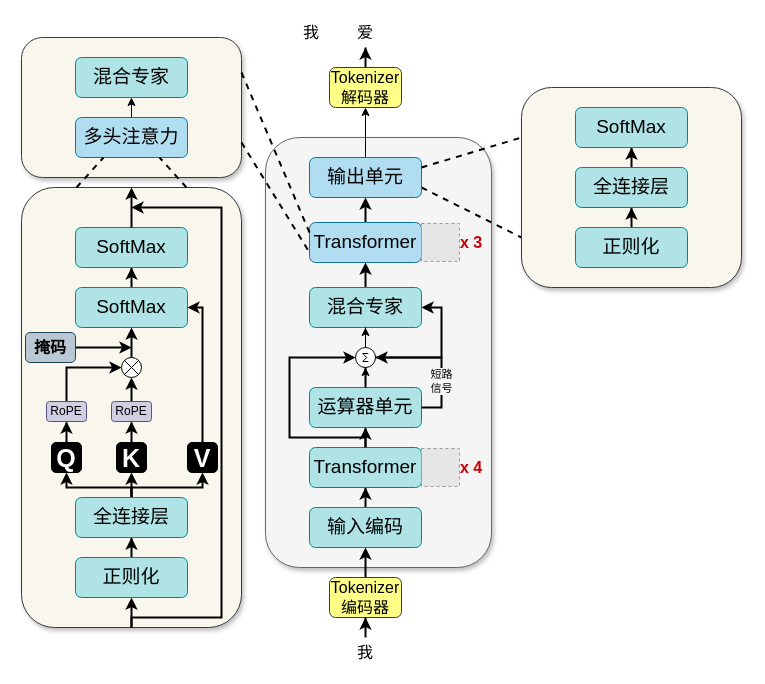
The draw.io diagram page "模型架构图" (1 of 6) of 未命名绘图.drawio in zzc-1024/alu.draw.io, before the edit. Source tidied: cells renumbered, new cells numbered last; positions are measured from the earlier drawing's top-left corner, leaving out a move shared by most shapes. Both pictures are drawn from the tidied source at 100%, with x=0, y=0 at pixel (21, 17). Pictures stored in the file or linked from it are replaced by grey dashed boxes.
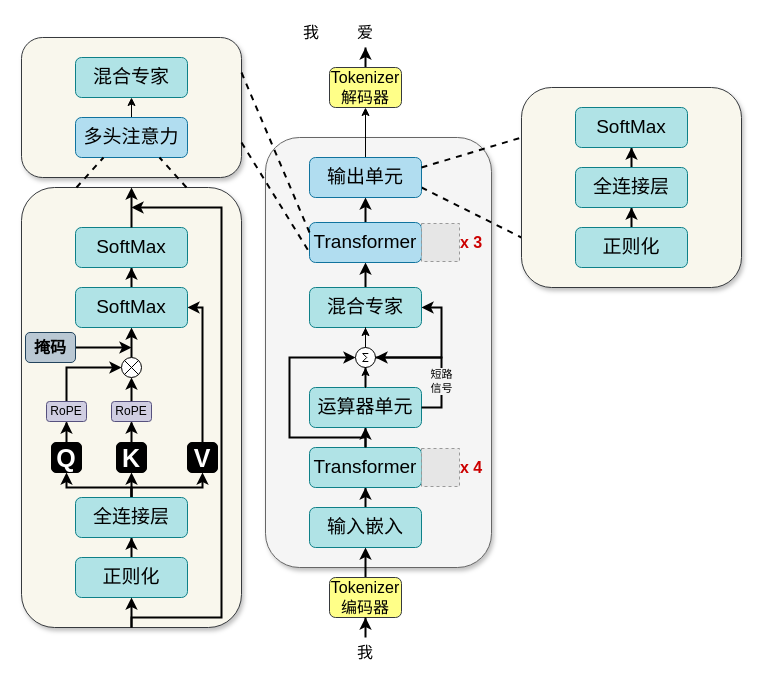
The same diagram, later.

Commit message:
更新未命名绘图.drawio

Change to the diagram source:
```diff
@@
-    <mxCell id="11" value="输入编码" style="rounded=1;whiteSpace=wrap;html=1;fontSize=19;fillColor=#b0e3e6;strokeColor=#0e8088;" parent="1" vertex="1">
+    <mxCell id="11" value="输入嵌入" style="rounded=1;whiteSpace=wrap;html=1;fontSize=19;fillColor=#b0e3e6;strokeColor=#0e8088;" parent="1" vertex="1">
       <mxGeometry x="288" y="490" width="112" height="40" as="geometry" />
     </mxCell>
```
